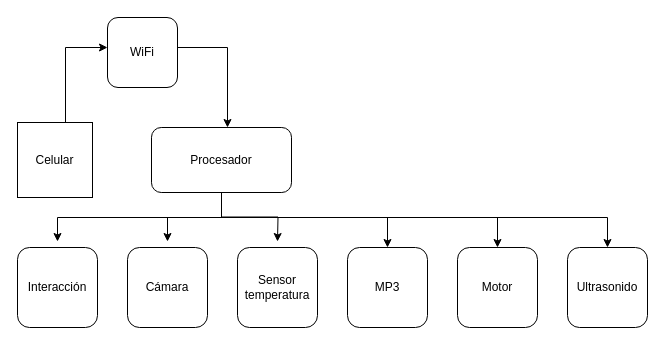
Above: Diagrama_bloques.drawio in Davidariza99/Ejemplo-1 (draw.io), before the change. Source tidied: cells renumbered, new cells numbered last; positions are measured from the earlier drawing's top-left corner, leaving out a move shared by most shapes. Both pictures are drawn from the tidied source at 100%, with x=0, y=0 at pixel (17, 17).
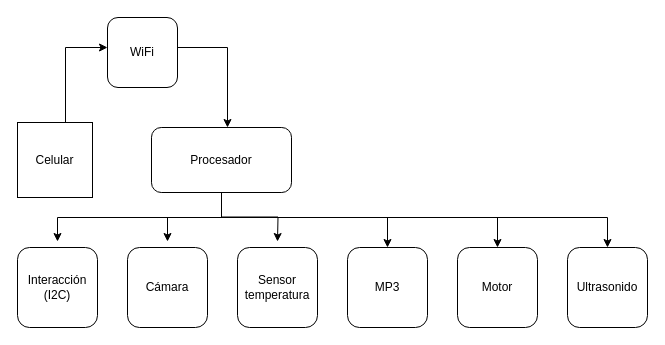
The same diagram, later.

Change to the diagram source:
```diff
@@
-    <mxCell id="15" value="&lt;div&gt;Interacción&lt;br&gt;&lt;/div&gt;" style="whiteSpace=wrap;html=1;rounded=1;perimeterSpacing=6;" parent="1" vertex="1">
+    <mxCell id="15" value="&lt;div&gt;Interacción (I2C)&lt;br&gt;&lt;/div&gt;" style="whiteSpace=wrap;html=1;rounded=1;perimeterSpacing=6;" parent="1" vertex="1">
       <mxGeometry y="230" width="80" height="80" as="geometry" />
     </mxCell>
```
